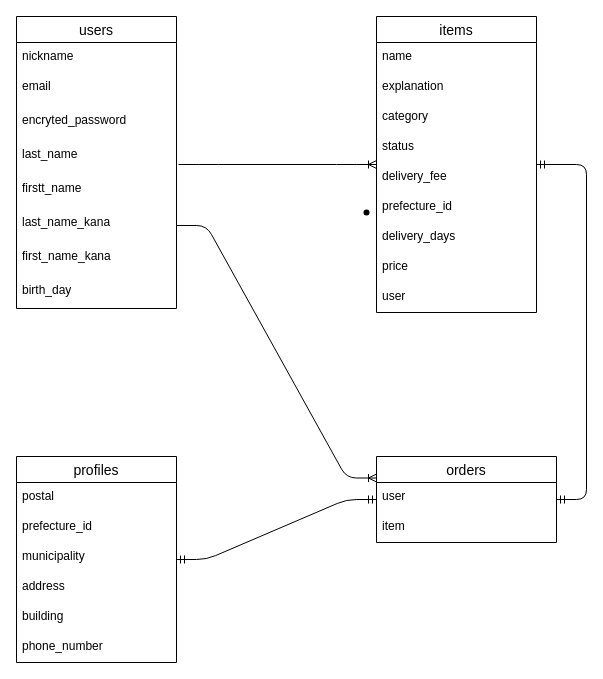
iggy0722/furima-37164 keeps this draw.io diagram as furima-37164.dio. Above is the earlier version. Source tidied: cells renumbered, new cells numbered last; positions are measured from the earlier drawing's top-left corner, leaving out a move shared by most shapes. Both pictures are drawn from the tidied source at 100%, with x=0, y=0 at pixel (16, 16).
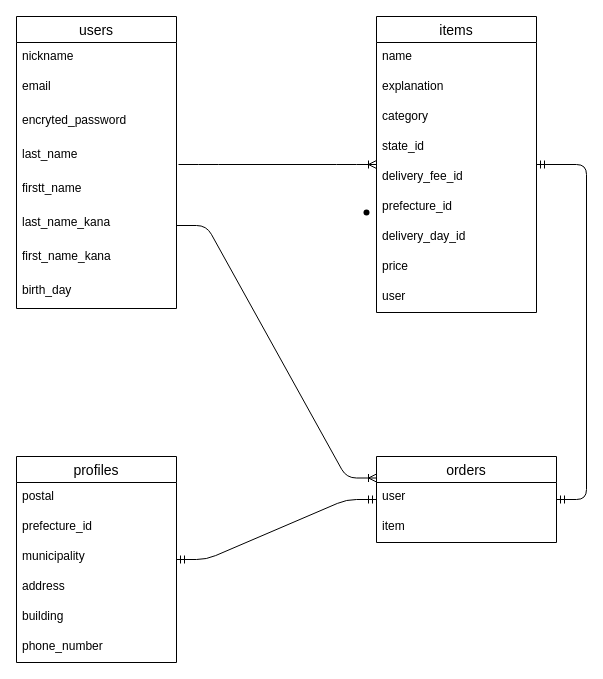
After the change.

Unchanged cells that the change refers to:
```xml
<mxCell id="11" value="items" style="swimlane;fontStyle=0;horizontal=1;startSize=26;align=center;fontSize=14;" parent="1" vertex="1">
  <mxGeometry x="360" width="160" height="296" as="geometry" />
</mxCell>
```

Diff of the diagram source:
```diff
@@
-    <mxCell id="15" value="status" style="text;strokeColor=none;fillColor=none;spacingLeft=4;spacingRight=4;overflow=hidden;fontSize=12;" parent="11" vertex="1">
+    <mxCell id="15" value="state_id" style="text;strokeColor=none;fillColor=none;spacingLeft=4;spacingRight=4;overflow=hidden;fontSize=12;" parent="11" vertex="1">
       <mxGeometry y="116" width="160" height="30" as="geometry" />
     </mxCell>
-    <mxCell id="16" value="delivery_fee" style="text;strokeColor=none;fillColor=none;spacingLeft=4;spacingRight=4;overflow=hidden;fontSize=12;" parent="11" vertex="1">
+    <mxCell id="16" value="delivery_fee_id" style="text;strokeColor=none;fillColor=none;spacingLeft=4;spacingRight=4;overflow=hidden;fontSize=12;" parent="11" vertex="1">
       <mxGeometry y="146" width="160" height="30" as="geometry" />
     </mxCell>
@@
-    <mxCell id="18" value="delivery_days" style="text;strokeColor=none;fillColor=none;spacingLeft=4;spacingRight=4;overflow=hidden;fontSize=12;" parent="11" vertex="1">
+    <mxCell id="18" value="delivery_day_id" style="text;strokeColor=none;fillColor=none;spacingLeft=4;spacingRight=4;overflow=hidden;fontSize=12;" parent="11" vertex="1">
       <mxGeometry y="206" width="160" height="30" as="geometry" />
     </mxCell>
```
